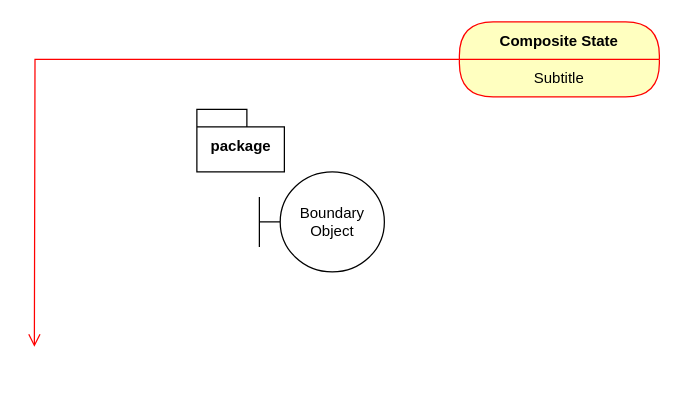
Before: Untitled Diagram.drawio in morachake/obilx, a draw.io diagram. Source tidied: cells renumbered, new cells numbered last; positions are measured from the earlier drawing's top-left corner, leaving out a move shared by most shapes. Both pictures are drawn from the tidied source at 125%, with x=0, y=0 at pixel (34, 21).
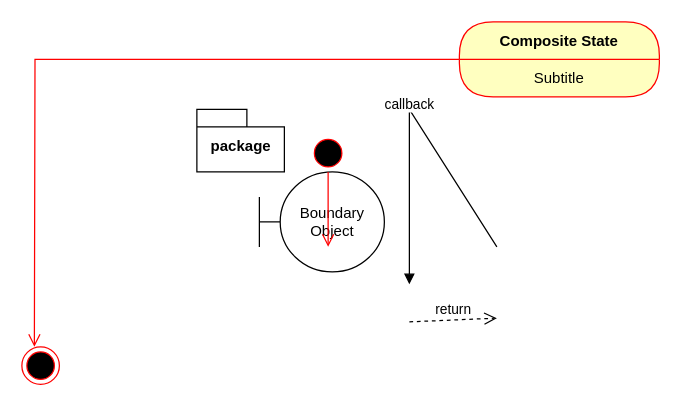
After the change.

What changed in the source:
```diff
@@
 <mxGraphModel>
   <root>
     <mxCell id="0" />
     <mxCell id="1" parent="0" />
     <mxCell id="2" value="package" style="shape=folder;fontStyle=1;spacingTop=10;tabWidth=40;tabHeight=14;tabPosition=left;html=1;" parent="1" vertex="1">
       <mxGeometry x="130" y="70" width="70" height="50" as="geometry" />
     </mxCell>
     <mxCell id="3" value="Boundary Object" style="shape=umlBoundary;whiteSpace=wrap;html=1;" parent="1" vertex="1">
       <mxGeometry x="180" y="120" width="100" height="80" as="geometry" />
     </mxCell>
     <mxCell id="4" value="Composite State" style="swimlane;fontStyle=1;align=center;verticalAlign=middle;horizontal=1;startSize=30;fontColor=#000000;rounded=1;arcSize=30;strokeColor=#ff0000;fillColor=#ffffc0;swimlaneFillColor=#ffffc0;" parent="1" vertex="1">
       <mxGeometry x="340" width="160" height="60" as="geometry" />
     </mxCell>
     <mxCell id="5" value="Subtitle" style="text;html=1;strokeColor=none;fillColor=none;align=center;verticalAlign=middle;spacingLeft=4;spacingRight=4;whiteSpace=wrap;overflow=hidden;fontColor=#000000;" parent="4" vertex="1">
       <mxGeometry y="30" width="160" height="30" as="geometry" />
     </mxCell>
     <mxCell id="6" style="edgeStyle=orthogonalEdgeStyle;html=1;verticalAlign=bottom;endArrow=open;endSize=8;strokeColor=#ff0000;rounded=0;" parent="1" edge="1" source="4">
       <mxGeometry relative="1" as="geometry">
         <mxPoint y="260" as="targetPoint" />
       </mxGeometry>
     </mxCell>
+    <mxCell id="7" style="ellipse;html=1;shape=endState;fillColor=#000000;strokeColor=#ff0000;" parent="1" vertex="1">
+      <mxGeometry x="-10" y="260" width="30" height="30" as="geometry" />
+    </mxCell>
+    <mxCell id="8" style="html=1;points=[];perimeter=orthogonalPerimeter;" parent="1" vertex="1">
+      <mxGeometry x="300" y="180" height="60" as="geometry" />
+    </mxCell>
+    <mxCell id="9" value="callback" style="html=1;verticalAlign=bottom;endArrow=block;entryX=1;entryY=0;rounded=0;" parent="1" edge="1" target="8">
+      <mxGeometry relative="1" as="geometry">
+        <mxPoint x="370" y="180" as="sourcePoint" />
+        <Array as="points">
+          <mxPoint x="300" y="70" />
+        </Array>
+      </mxGeometry>
+    </mxCell>
+    <mxCell id="10" value="return" style="html=1;verticalAlign=bottom;endArrow=open;dashed=1;endSize=8;exitX=1;exitY=0.95;rounded=0;" parent="1" edge="1" source="8">
+      <mxGeometry relative="1" as="geometry">
+        <mxPoint x="370" y="237" as="targetPoint" />
+      </mxGeometry>
+    </mxCell>
+    <mxCell id="11" style="ellipse;html=1;shape=startState;fillColor=#000000;strokeColor=#ff0000;" parent="1" vertex="1">
+      <mxGeometry x="220" y="90" width="30" height="30" as="geometry" />
+    </mxCell>
+    <mxCell id="12" style="edgeStyle=orthogonalEdgeStyle;html=1;verticalAlign=bottom;endArrow=open;endSize=8;strokeColor=#ff0000;rounded=0;" parent="1" edge="1" source="11">
+      <mxGeometry relative="1" as="geometry">
+        <mxPoint x="235" y="180" as="targetPoint" />
+      </mxGeometry>
+    </mxCell>
   </root>
 </mxGraphModel>
```
